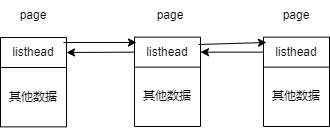
Earlier version of the draw.io export OS/linux内核源代码情景分析/第一章.drawio.png (SixPlusAndTimes/drawio). Source tidied: cells renumbered, new cells last; positions are measured from the earlier drawing's top-left corner, leaving out a move shared by most shapes.
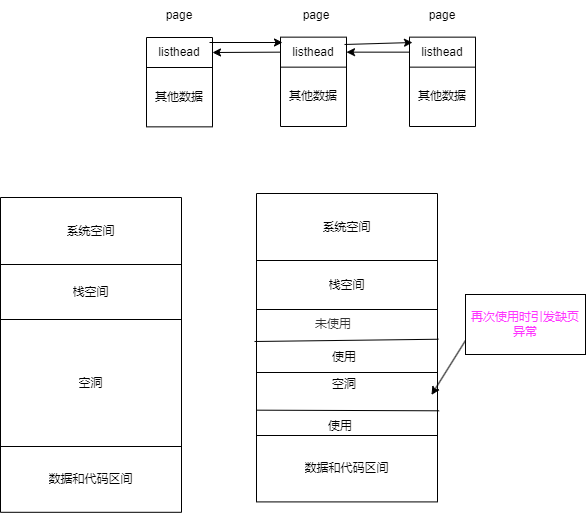
The same file after the commit.

Diff of the diagram source:
```diff
@@ -74,5 +74,91 @@
     <mxCell id="23" style="edgeStyle=none;rounded=0;jettySize=auto;html=1;exitX=0;exitY=0.5;exitDx=0;exitDy=0;entryX=1;entryY=0.5;entryDx=0;entryDy=0;" parent="1" edge="1" source="13" target="8">
       <mxGeometry relative="1" as="geometry" />
     </mxCell>
+    <mxCell id="24" style="shape=table;startSize=0;" parent="1" vertex="1">
+      <mxGeometry x="-146" y="197" width="181" height="314.8" as="geometry" />
+    </mxCell>
+    <mxCell id="25" style="shape=tableRow;horizontal=0;startSize=0;swimlaneHead=0;swimlaneBody=0;top=0;left=0;bottom=0;right=0;fillColor=none;" parent="24" vertex="1">
+      <mxGeometry width="181" height="67" as="geometry" />
+    </mxCell>
+    <mxCell id="26" value="系统空间" style="shape=partialRectangle;html=1;whiteSpace=wrap;overflow=hidden;fillColor=none;top=0;left=0;bottom=0;right=0;" parent="25" vertex="1">
+      <mxGeometry width="181" height="67" as="geometry" />
+    </mxCell>
+    <mxCell id="27" style="shape=tableRow;horizontal=0;startSize=0;swimlaneHead=0;swimlaneBody=0;top=0;left=0;bottom=0;right=0;fillColor=none;" parent="24" vertex="1">
+      <mxGeometry y="67" width="181" height="55" as="geometry" />
+    </mxCell>
+    <mxCell id="28" value="栈空间" style="shape=partialRectangle;html=1;whiteSpace=wrap;overflow=hidden;fillColor=none;top=0;left=0;bottom=0;right=0;" parent="27" vertex="1">
+      <mxGeometry width="181" height="55" as="geometry" />
+    </mxCell>
+    <mxCell id="29" style="shape=tableRow;horizontal=0;startSize=0;swimlaneHead=0;swimlaneBody=0;top=0;left=0;bottom=0;right=0;fillColor=none;" parent="24" vertex="1">
+      <mxGeometry y="122" width="181" height="127" as="geometry" />
+    </mxCell>
+    <mxCell id="30" value="空洞" style="shape=partialRectangle;html=1;whiteSpace=wrap;overflow=hidden;fillColor=none;top=0;left=0;bottom=0;right=0;" parent="29" vertex="1">
+      <mxGeometry width="181" height="127" as="geometry" />
+    </mxCell>
+    <mxCell id="31" style="shape=tableRow;horizontal=0;startSize=0;swimlaneHead=0;swimlaneBody=0;top=0;left=0;bottom=0;right=0;fillColor=none;" parent="24" vertex="1">
+      <mxGeometry y="249" width="181" height="66" as="geometry" />
+    </mxCell>
+    <mxCell id="32" value="数据和代码区间" style="shape=partialRectangle;html=1;whiteSpace=wrap;overflow=hidden;fillColor=none;top=0;left=0;bottom=0;right=0;" parent="31" vertex="1">
+      <mxGeometry width="181" height="66" as="geometry" />
+    </mxCell>
+    <mxCell id="33" style="shape=table;startSize=0;" parent="1" vertex="1">
+      <mxGeometry x="110" y="193" width="181" height="308.4" as="geometry" />
+    </mxCell>
+    <mxCell id="34" style="shape=tableRow;horizontal=0;startSize=0;swimlaneHead=0;swimlaneBody=0;top=0;left=0;bottom=0;right=0;fillColor=none;" parent="33" vertex="1">
+      <mxGeometry width="181" height="67" as="geometry" />
+    </mxCell>
+    <mxCell id="35" value="系统空间" style="shape=partialRectangle;html=1;whiteSpace=wrap;overflow=hidden;fillColor=none;top=0;left=0;bottom=0;right=0;" parent="34" vertex="1">
+      <mxGeometry width="181" height="67" as="geometry" />
+    </mxCell>
+    <mxCell id="36" style="shape=tableRow;horizontal=0;startSize=0;swimlaneHead=0;swimlaneBody=0;top=0;left=0;bottom=0;right=0;fillColor=none;" parent="33" vertex="1">
+      <mxGeometry y="67" width="181" height="49" as="geometry" />
+    </mxCell>
+    <mxCell id="37" value="栈空间" style="shape=partialRectangle;html=1;whiteSpace=wrap;overflow=hidden;fillColor=none;top=0;left=0;bottom=0;right=0;" parent="36" vertex="1">
+      <mxGeometry width="181" height="49" as="geometry" />
+    </mxCell>
+    <mxCell id="38" style="shape=tableRow;horizontal=0;startSize=0;swimlaneHead=0;swimlaneBody=0;top=0;left=0;bottom=0;right=0;fillColor=none;points=[[0,0.5],[1,0.5]];portConstraint=eastwest;" parent="33" vertex="1">
+      <mxGeometry y="116" width="181" height="126" as="geometry" />
+    </mxCell>
+    <mxCell id="39" style="shape=partialRectangle;html=1;whiteSpace=wrap;overflow=hidden;fillColor=none;top=0;left=0;bottom=0;right=0;" parent="38" vertex="1">
+      <mxGeometry width="181" height="126" as="geometry" />
+    </mxCell>
+    <mxCell id="40" style="shape=tableRow;horizontal=0;startSize=0;swimlaneHead=0;swimlaneBody=0;top=0;left=0;bottom=0;right=0;fillColor=none;" parent="33" vertex="1">
+      <mxGeometry y="242" width="181" height="66" as="geometry" />
+    </mxCell>
+    <mxCell id="41" value="数据和代码区间" style="shape=partialRectangle;html=1;whiteSpace=wrap;overflow=hidden;fillColor=none;top=0;left=0;bottom=0;right=0;" parent="40" vertex="1">
+      <mxGeometry width="181" height="66" as="geometry" />
+    </mxCell>
+    <mxCell id="42" style="edgeStyle=none;rounded=0;orthogonalLoop=1;jettySize=auto;html=1;exitX=0.001;exitY=0.799;exitDx=0;exitDy=0;endArrow=none;endFill=0;exitPerimeter=0;entryX=1.009;entryY=0.804;entryDx=0;entryDy=0;entryPerimeter=0;" parent="33" edge="1" source="38" target="38">
+      <mxGeometry relative="1" as="geometry" />
+    </mxCell>
+    <mxCell id="43" style="endArrow=none;html=1;rounded=0;fontColor=#FF33FF;entryX=1.005;entryY=0.236;entryDx=0;entryDy=0;entryPerimeter=0;endFill=0;" parent="33" edge="1" target="38">
+      <mxGeometry relative="1" as="geometry">
+        <mxPoint x="-2" y="148" as="sourcePoint" />
+      </mxGeometry>
+    </mxCell>
+    <mxCell id="44" style="endArrow=none;html=1;rounded=0;fontColor=#333333;entryX=1;entryY=0.5;entryDx=0;entryDy=0;exitX=0;exitY=0.5;exitDx=0;exitDy=0;" parent="33" edge="1" source="38" target="38">
+      <mxGeometry relative="1" as="geometry" />
+    </mxCell>
+    <mxCell id="45" value="使用" style="text;html=1;strokeColor=none;fillColor=none;align=center;verticalAlign=middle;whiteSpace=wrap;rounded=0;" parent="1" vertex="1">
+      <mxGeometry x="167.5" y="342.2" width="60" height="30" as="geometry" />
+    </mxCell>
+    <mxCell id="46" value="使用" style="text;html=1;strokeColor=none;fillColor=none;align=center;verticalAlign=middle;whiteSpace=wrap;rounded=0;" parent="1" vertex="1">
+      <mxGeometry x="164" y="411" width="60" height="30" as="geometry" />
+    </mxCell>
+    <mxCell id="47" value="空洞" style="text;html=1;strokeColor=none;fillColor=none;align=center;verticalAlign=middle;whiteSpace=wrap;rounded=0;" parent="1" vertex="1">
+      <mxGeometry x="167.5" y="369" width="60" height="30" as="geometry" />
+    </mxCell>
+    <mxCell id="48" style="endArrow=classic;html=1;rounded=0;" parent="1" edge="1">
+      <mxGeometry relative="1" as="geometry">
+        <mxPoint x="335" y="314.4" as="sourcePoint" />
+        <mxPoint x="285" y="394.4" as="targetPoint" />
+      </mxGeometry>
+    </mxCell>
+    <mxCell id="49" value="&lt;font color=&quot;#ff33ff&quot;&gt;再次使用时引发缺页异常&lt;/font&gt;" style="rounded=0;whiteSpace=wrap;html=1;" parent="1" vertex="1">
+      <mxGeometry x="319" y="294" width="120" height="60" as="geometry" />
+    </mxCell>
+    <mxCell id="50" value="&lt;font color=&quot;#333333&quot;&gt;未使用&lt;/font&gt;" style="text;html=1;strokeColor=none;fillColor=none;align=center;verticalAlign=middle;whiteSpace=wrap;rounded=0;fontColor=#FF33FF;" parent="1" vertex="1">
+      <mxGeometry x="157" y="309" width="60" height="30" as="geometry" />
+    </mxCell>
   </root>
 </mxGraphModel>
```
